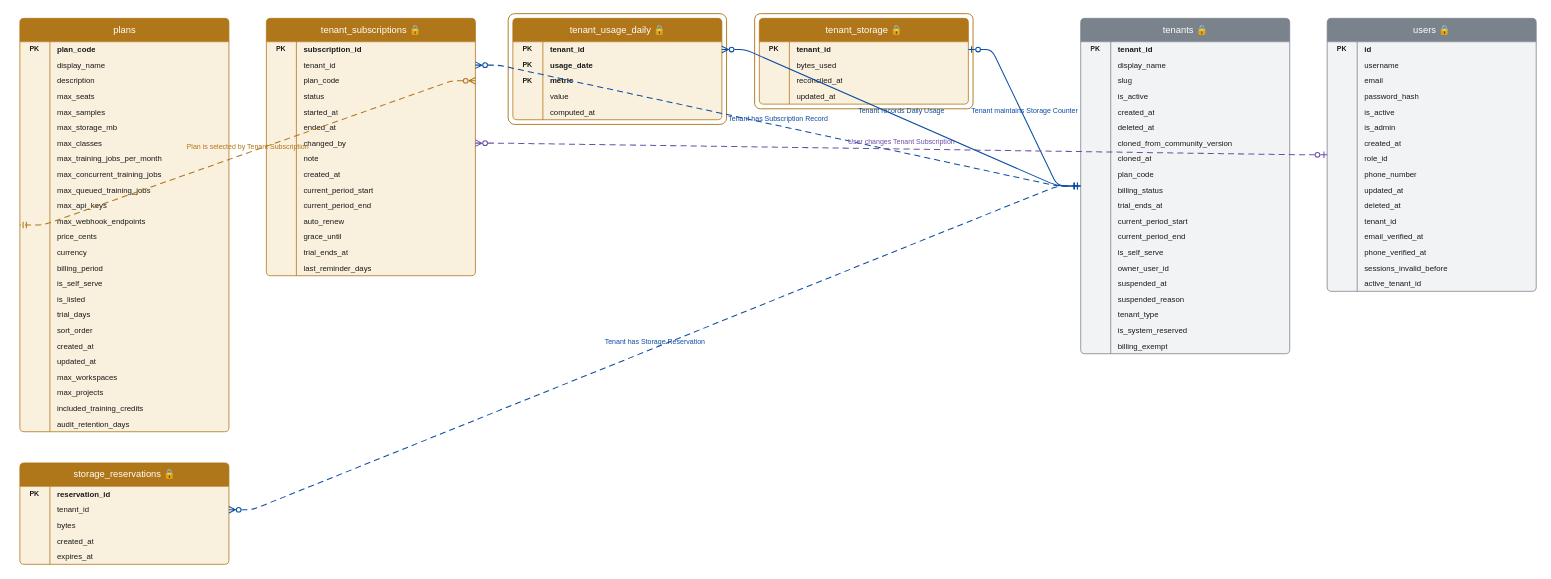
The draw.io diagram docs/02-data/db/erd_groups/PDM_G.drawio in VOYA-SignBridge/VOYA-Collector, before the edit. Source tidied: cells renumbered, new cells numbered last; positions are measured from the earlier drawing's top-left corner, leaving out a move shared by most shapes. Both pictures are drawn from the tidied source at 78%, with x=0, y=0 at pixel (20, 13).
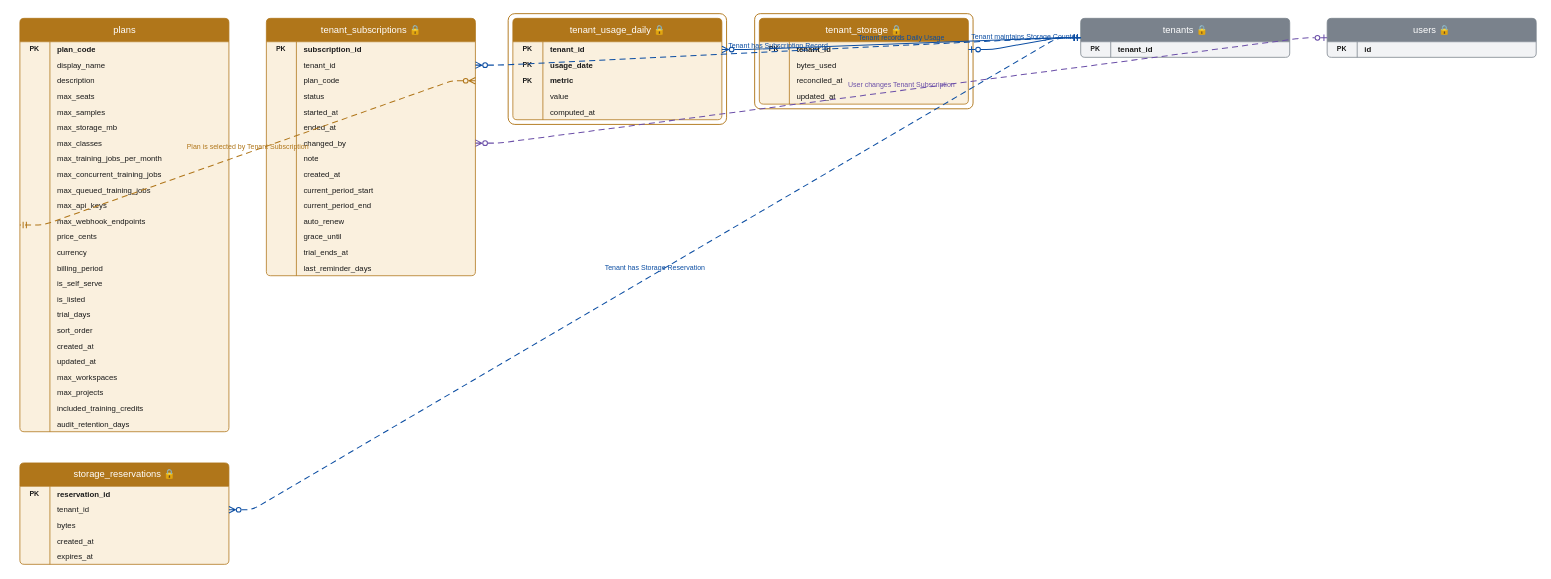
After the change.

What changed in the source:
```diff
@@
     <mxCell id="122" value="tenants 🔒" style="swimlane;fontStyle=0;horizontal=1;align=center;verticalAlign=middle;startSize=30;html=1;swimlaneFillColor=#F2F3F5;strokeColor=#7A828C;fillColor=#7A828C;fontColor=#FFFFFF;fontSize=12;rounded=1;arcSize=6;" parent="1" vertex="1">
-      <mxGeometry x="1360" y="6" width="268" height="430" as="geometry" />
+      <mxGeometry x="1360" y="6" width="268" height="50" as="geometry" />
     </mxCell>
     <mxCell id="123" style="line;direction=north;strokeColor=#7A828C;strokeWidth=1;html=1;" parent="1" vertex="1">
-      <mxGeometry x="1398" y="36" width="1" height="400" as="geometry" />
+      <mxGeometry x="1398" y="36" width="1" height="20" as="geometry" />
     </mxCell>
@@
-    <mxCell id="126" style="text;strokeColor=none;fillColor=none;align=center;verticalAlign=middle;overflow=hidden;html=1;fontSize=9;fontStyle=1;fontColor=#1A1A1A;" parent="122" vertex="1">
-      <mxGeometry y="50" width="38" height="20" as="geometry" />
-    </mxCell>
-    <mxCell id="127" value="display_name" style="text;strokeColor=none;fillColor=none;align=left;verticalAlign=middle;spacingLeft=8;spacingRight=6;overflow=hidden;whiteSpace=wrap;html=1;fontSize=10;fontColor=#1A1A1A;" parent="122" vertex="1">
-      <mxGeometry x="38" y="50" width="230" height="20" as="geometry" />
-    </mxCell>
-    <mxCell id="128" style="text;strokeColor=none;fillColor=none;align=center;verticalAlign=middle;overflow=hidden;html=1;fontSize=9;fontStyle=1;fontColor=#1A1A1A;" parent="122" vertex="1">
-      <mxGeometry y="70" width="38" height="20" as="geometry" />
-    </mxCell>
-    <mxCell id="129" value="slug" style="text;strokeColor=none;fillColor=none;align=left;verticalAlign=middle;spacingLeft=8;spacingRight=6;overflow=hidden;whiteSpace=wrap;html=1;fontSize=10;fontColor=#1A1A1A;" parent="122" vertex="1">
-      <mxGeometry x="38" y="70" width="230" height="20" as="geometry" />
-    </mxCell>
-    <mxCell id="130" style="text;strokeColor=none;fillColor=none;align=center;verticalAlign=middle;overflow=hidden;html=1;fontSize=9;fontStyle=1;fontColor=#1A1A1A;" parent="122" vertex="1">
-      <mxGeometry y="90" width="38" height="20" as="geometry" />
-    </mxCell>
-    <mxCell id="131" value="is_active" style="text;strokeColor=none;fillColor=none;align=left;verticalAlign=middle;spacingLeft=8;spacingRight=6;overflow=hidden;whiteSpace=wrap;html=1;fontSize=10;fontColor=#1A1A1A;" parent="122" vertex="1">
-      <mxGeometry x="38" y="90" width="230" height="20" as="geometry" />
-    </mxCell>
-    <mxCell id="132" style="text;strokeColor=none;fillColor=none;align=center;verticalAlign=middle;overflow=hidden;html=1;fontSize=9;fontStyle=1;fontColor=#1A1A1A;" parent="122" vertex="1">
-      <mxGeometry y="110" width="38" height="20" as="geometry" />
-    </mxCell>
-    <mxCell id="133" value="created_at" style="text;strokeColor=none;fillColor=none;align=left;verticalAlign=middle;spacingLeft=8;spacingRight=6;overflow=hidden;whiteSpace=wrap;html=1;fontSize=10;fontColor=#1A1A1A;" parent="122" vertex="1">
-      <mxGeometry x="38" y="110" width="230" height="20" as="geometry" />
-    </mxCell>
-    <mxCell id="134" style="text;strokeColor=none;fillColor=none;align=center;verticalAlign=middle;overflow=hidden;html=1;fontSize=9;fontStyle=1;fontColor=#1A1A1A;" parent="122" vertex="1">
-      <mxGeometry y="130" width="38" height="20" as="geometry" />
-    </mxCell>
-    <mxCell id="135" value="deleted_at" style="text;strokeColor=none;fillColor=none;align=left;verticalAlign=middle;spacingLeft=8;spacingRight=6;overflow=hidden;whiteSpace=wrap;html=1;fontSize=10;fontColor=#1A1A1A;" parent="122" vertex="1">
-      <mxGeometry x="38" y="130" width="230" height="20" as="geometry" />
-    </mxCell>
-    <mxCell id="136" style="text;strokeColor=none;fillColor=none;align=center;verticalAlign=middle;overflow=hidden;html=1;fontSize=9;fontStyle=1;fontColor=#1A1A1A;" parent="122" vertex="1">
-      <mxGeometry y="150" width="38" height="20" as="geometry" />
-    </mxCell>
-    <mxCell id="137" value="cloned_from_community_version" style="text;strokeColor=none;fillColor=none;align=left;verticalAlign=middle;spacingLeft=8;spacingRight=6;overflow=hidden;whiteSpace=wrap;html=1;fontSize=10;fontColor=#1A1A1A;" parent="122" vertex="1">
-      <mxGeometry x="38" y="150" width="230" height="20" as="geometry" />
-    </mxCell>
-    <mxCell id="138" style="text;strokeColor=none;fillColor=none;align=center;verticalAlign=middle;overflow=hidden;html=1;fontSize=9;fontStyle=1;fontColor=#1A1A1A;" parent="122" vertex="1">
-      <mxGeometry y="170" width="38" height="20" as="geometry" />
-    </mxCell>
-    <mxCell id="139" value="cloned_at" style="text;strokeColor=none;fillColor=none;align=left;verticalAlign=middle;spacingLeft=8;spacingRight=6;overflow=hidden;whiteSpace=wrap;html=1;fontSize=10;fontColor=#1A1A1A;" parent="122" vertex="1">
-      <mxGeometry x="38" y="170" width="230" height="20" as="geometry" />
-    </mxCell>
-    <mxCell id="140" style="text;strokeColor=none;fillColor=none;align=center;verticalAlign=middle;overflow=hidden;html=1;fontSize=9;fontStyle=1;fontColor=#1A1A1A;" parent="122" vertex="1">
-      <mxGeometry y="190" width="38" height="20" as="geometry" />
-    </mxCell>
-    <mxCell id="141" value="plan_code" style="text;strokeColor=none;fillColor=none;align=left;verticalAlign=middle;spacingLeft=8;spacingRight=6;overflow=hidden;whiteSpace=wrap;html=1;fontSize=10;fontColor=#1A1A1A;" parent="122" vertex="1">
-      <mxGeometry x="38" y="190" width="230" height="20" as="geometry" />
-    </mxCell>
-    <mxCell id="142" style="text;strokeColor=none;fillColor=none;align=center;verticalAlign=middle;overflow=hidden;html=1;fontSize=9;fontStyle=1;fontColor=#1A1A1A;" parent="122" vertex="1">
-      <mxGeometry y="210" width="38" height="20" as="geometry" />
-    </mxCell>
-    <mxCell id="143" value="billing_status" style="text;strokeColor=none;fillColor=none;align=left;verticalAlign=middle;spacingLeft=8;spacingRight=6;overflow=hidden;whiteSpace=wrap;html=1;fontSize=10;fontColor=#1A1A1A;" parent="122" vertex="1">
-      <mxGeometry x="38" y="210" width="230" height="20" as="geometry" />
-    </mxCell>
-    <mxCell id="144" style="text;strokeColor=none;fillColor=none;align=center;verticalAlign=middle;overflow=hidden;html=1;fontSize=9;fontStyle=1;fontColor=#1A1A1A;" parent="122" vertex="1">
-      <mxGeometry y="230" width="38" height="20" as="geometry" />
-    </mxCell>
-    <mxCell id="145" value="trial_ends_at" style="text;strokeColor=none;fillColor=none;align=left;verticalAlign=middle;spacingLeft=8;spacingRight=6;overflow=hidden;whiteSpace=wrap;html=1;fontSize=10;fontColor=#1A1A1A;" parent="122" vertex="1">
-      <mxGeometry x="38" y="230" width="230" height="20" as="geometry" />
-    </mxCell>
-    <mxCell id="146" style="text;strokeColor=none;fillColor=none;align=center;verticalAlign=middle;overflow=hidden;html=1;fontSize=9;fontStyle=1;fontColor=#1A1A1A;" parent="122" vertex="1">
-      <mxGeometry y="250" width="38" height="20" as="geometry" />
-    </mxCell>
-    <mxCell id="147" value="current_period_start" style="text;strokeColor=none;fillColor=none;align=left;verticalAlign=middle;spacingLeft=8;spacingRight=6;overflow=hidden;whiteSpace=wrap;html=1;fontSize=10;fontColor=#1A1A1A;" parent="122" vertex="1">
-      <mxGeometry x="38" y="250" width="230" height="20" as="geometry" />
-    </mxCell>
-    <mxCell id="148" style="text;strokeColor=none;fillColor=none;align=center;verticalAlign=middle;overflow=hidden;html=1;fontSize=9;fontStyle=1;fontColor=#1A1A1A;" parent="122" vertex="1">
-      <mxGeometry y="270" width="38" height="20" as="geometry" />
-    </mxCell>
-    <mxCell id="149" value="current_period_end" style="text;strokeColor=none;fillColor=none;align=left;verticalAlign=middle;spacingLeft=8;spacingRight=6;overflow=hidden;whiteSpace=wrap;html=1;fontSize=10;fontColor=#1A1A1A;" parent="122" vertex="1">
-      <mxGeometry x="38" y="270" width="230" height="20" as="geometry" />
-    </mxCell>
-    <mxCell id="150" style="text;strokeColor=none;fillColor=none;align=center;verticalAlign=middle;overflow=hidden;html=1;fontSize=9;fontStyle=1;fontColor=#1A1A1A;" parent="122" vertex="1">
-      <mxGeometry y="290" width="38" height="20" as="geometry" />
-    </mxCell>
-    <mxCell id="151" value="is_self_serve" style="text;strokeColor=none;fillColor=none;align=left;verticalAlign=middle;spacingLeft=8;spacingRight=6;overflow=hidden;whiteSpace=wrap;html=1;fontSize=10;fontColor=#1A1A1A;" parent="122" vertex="1">
-      <mxGeometry x="38" y="290" width="230" height="20" as="geometry" />
-    </mxCell>
-    <mxCell id="152" style="text;strokeColor=none;fillColor=none;align=center;verticalAlign=middle;overflow=hidden;html=1;fontSize=9;fontStyle=1;fontColor=#1A1A1A;" parent="122" vertex="1">
-      <mxGeometry y="310" width="38" height="20" as="geometry" />
-    </mxCell>
-    <mxCell id="153" value="owner_user_id" style="text;strokeColor=none;fillColor=none;align=left;verticalAlign=middle;spacingLeft=8;spacingRight=6;overflow=hidden;whiteSpace=wrap;html=1;fontSize=10;fontColor=#1A1A1A;" parent="122" vertex="1">
-      <mxGeometry x="38" y="310" width="230" height="20" as="geometry" />
-    </mxCell>
-    <mxCell id="154" style="text;strokeColor=none;fillColor=none;align=center;verticalAlign=middle;overflow=hidden;html=1;fontSize=9;fontStyle=1;fontColor=#1A1A1A;" parent="122" vertex="1">
-      <mxGeometry y="330" width="38" height="20" as="geometry" />
-    </mxCell>
-    <mxCell id="155" value="suspended_at" style="text;strokeColor=none;fillColor=none;align=left;verticalAlign=middle;spacingLeft=8;spacingRight=6;overflow=hidden;whiteSpace=wrap;html=1;fontSize=10;fontColor=#1A1A1A;" parent="122" vertex="1">
-      <mxGeometry x="38" y="330" width="230" height="20" as="geometry" />
-    </mxCell>
-    <mxCell id="156" style="text;strokeColor=none;fillColor=none;align=center;verticalAlign=middle;overflow=hidden;html=1;fontSize=9;fontStyle=1;fontColor=#1A1A1A;" parent="122" vertex="1">
-      <mxGeometry y="350" width="38" height="20" as="geometry" />
-    </mxCell>
-    <mxCell id="157" value="suspended_reason" style="text;strokeColor=none;fillColor=none;align=left;verticalAlign=middle;spacingLeft=8;spacingRight=6;overflow=hidden;whiteSpace=wrap;html=1;fontSize=10;fontColor=#1A1A1A;" parent="122" vertex="1">
-      <mxGeometry x="38" y="350" width="230" height="20" as="geometry" />
-    </mxCell>
-    <mxCell id="158" style="text;strokeColor=none;fillColor=none;align=center;verticalAlign=middle;overflow=hidden;html=1;fontSize=9;fontStyle=1;fontColor=#1A1A1A;" parent="122" vertex="1">
-      <mxGeometry y="370" width="38" height="20" as="geometry" />
-    </mxCell>
-    <mxCell id="159" value="tenant_type" style="text;strokeColor=none;fillColor=none;align=left;verticalAlign=middle;spacingLeft=8;spacingRight=6;overflow=hidden;whiteSpace=wrap;html=1;fontSize=10;fontColor=#1A1A1A;" parent="122" vertex="1">
-      <mxGeometry x="38" y="370" width="230" height="20" as="geometry" />
-    </mxCell>
-    <mxCell id="160" style="text;strokeColor=none;fillColor=none;align=center;verticalAlign=middle;overflow=hidden;html=1;fontSize=9;fontStyle=1;fontColor=#1A1A1A;" parent="122" vertex="1">
-      <mxGeometry y="390" width="38" height="20" as="geometry" />
-    </mxCell>
-    <mxCell id="161" value="is_system_reserved" style="text;strokeColor=none;fillColor=none;align=left;verticalAlign=middle;spacingLeft=8;spacingRight=6;overflow=hidden;whiteSpace=wrap;html=1;fontSize=10;fontColor=#1A1A1A;" parent="122" vertex="1">
-      <mxGeometry x="38" y="390" width="230" height="20" as="geometry" />
-    </mxCell>
-    <mxCell id="162" style="text;strokeColor=none;fillColor=none;align=center;verticalAlign=middle;overflow=hidden;html=1;fontSize=9;fontStyle=1;fontColor=#1A1A1A;" parent="122" vertex="1">
-      <mxGeometry y="410" width="38" height="20" as="geometry" />
-    </mxCell>
-    <mxCell id="163" value="billing_exempt" style="text;strokeColor=none;fillColor=none;align=left;verticalAlign=middle;spacingLeft=8;spacingRight=6;overflow=hidden;whiteSpace=wrap;html=1;fontSize=10;fontColor=#1A1A1A;" parent="122" vertex="1">
-      <mxGeometry x="38" y="410" width="230" height="20" as="geometry" />
-    </mxCell>
     <mxCell id="164" value="users 🔒" style="swimlane;fontStyle=0;horizontal=1;align=center;verticalAlign=middle;startSize=30;html=1;swimlaneFillColor=#F2F3F5;strokeColor=#7A828C;fillColor=#7A828C;fontColor=#FFFFFF;fontSize=12;rounded=1;arcSize=6;" parent="1" vertex="1">
-      <mxGeometry x="1676" y="6" width="268" height="350" as="geometry" />
+      <mxGeometry x="1676" y="6" width="268" height="50" as="geometry" />
     </mxCell>
     <mxCell id="165" style="line;direction=north;strokeColor=#7A828C;strokeWidth=1;html=1;" parent="1" vertex="1">
-      <mxGeometry x="1714" y="36" width="1" height="320" as="geometry" />
+      <mxGeometry x="1714" y="36" width="1" height="20" as="geometry" />
     </mxCell>
@@
-    <mxCell id="168" style="text;strokeColor=none;fillColor=none;align=center;verticalAlign=middle;overflow=hidden;html=1;fontSize=9;fontStyle=1;fontColor=#1A1A1A;" parent="164" vertex="1">
-      <mxGeometry y="50" width="38" height="20" as="geometry" />
-    </mxCell>
-    <mxCell id="169" value="username" style="text;strokeColor=none;fillColor=none;align=left;verticalAlign=middle;spacingLeft=8;spacingRight=6;overflow=hidden;whiteSpace=wrap;html=1;fontSize=10;fontColor=#1A1A1A;" parent="164" vertex="1">
-      <mxGeometry x="38" y="50" width="230" height="20" as="geometry" />
-    </mxCell>
-    <mxCell id="170" style="text;strokeColor=none;fillColor=none;align=center;verticalAlign=middle;overflow=hidden;html=1;fontSize=9;fontStyle=1;fontColor=#1A1A1A;" parent="164" vertex="1">
-      <mxGeometry y="70" width="38" height="20" as="geometry" />
-    </mxCell>
-    <mxCell id="171" value="email" style="text;strokeColor=none;fillColor=none;align=left;verticalAlign=middle;spacingLeft=8;spacingRight=6;overflow=hidden;whiteSpace=wrap;html=1;fontSize=10;fontColor=#1A1A1A;" parent="164" vertex="1">
-      <mxGeometry x="38" y="70" width="230" height="20" as="geometry" />
-    </mxCell>
-    <mxCell id="172" style="text;strokeColor=none;fillColor=none;align=center;verticalAlign=middle;overflow=hidden;html=1;fontSize=9;fontStyle=1;fontColor=#1A1A1A;" parent="164" vertex="1">
-      <mxGeometry y="90" width="38" height="20" as="geometry" />
-    </mxCell>
-    <mxCell id="173" value="password_hash" style="text;strokeColor=none;fillColor=none;align=left;verticalAlign=middle;spacingLeft=8;spacingRight=6;overflow=hidden;whiteSpace=wrap;html=1;fontSize=10;fontColor=#1A1A1A;" parent="164" vertex="1">
-      <mxGeometry x="38" y="90" width="230" height="20" as="geometry" />
-    </mxCell>
-    <mxCell id="174" style="text;strokeColor=none;fillColor=none;align=center;verticalAlign=middle;overflow=hidden;html=1;fontSize=9;fontStyle=1;fontColor=#1A1A1A;" parent="164" vertex="1">
-      <mxGeometry y="110" width="38" height="20" as="geometry" />
-    </mxCell>
-    <mxCell id="175" value="is_active" style="text;strokeColor=none;fillColor=none;align=left;verticalAlign=middle;spacingLeft=8;spacingRight=6;overflow=hidden;whiteSpace=wrap;html=1;fontSize=10;fontColor=#1A1A1A;" parent="164" vertex="1">
-      <mxGeometry x="38" y="110" width="230" height="20" as="geometry" />
-    </mxCell>
-    <mxCell id="176" style="text;strokeColor=none;fillColor=none;align=center;verticalAlign=middle;overflow=hidden;html=1;fontSize=9;fontStyle=1;fontColor=#1A1A1A;" parent="164" vertex="1">
-      <mxGeometry y="130" width="38" height="20" as="geometry" />
-    </mxCell>
-    <mxCell id="177" value="is_admin" style="text;strokeColor=none;fillColor=none;align=left;verticalAlign=middle;spacingLeft=8;spacingRight=6;overflow=hidden;whiteSpace=wrap;html=1;fontSize=10;fontColor=#1A1A1A;" parent="164" vertex="1">
-      <mxGeometry x="38" y="130" width="230" height="20" as="geometry" />
-    </mxCell>
-    <mxCell id="178" style="text;strokeColor=none;fillColor=none;align=center;verticalAlign=middle;overflow=hidden;html=1;fontSize=9;fontStyle=1;fontColor=#1A1A1A;" parent="164" vertex="1">
-      <mxGeometry y="150" width="38" height="20" as="geometry" />
-    </mxCell>
-    <mxCell id="179" value="created_at" style="text;strokeColor=none;fillColor=none;align=left;verticalAlign=middle;spacingLeft=8;spacingRight=6;overflow=hidden;whiteSpace=wrap;html=1;fontSize=10;fontColor=#1A1A1A;" parent="164" vertex="1">
-      <mxGeometry x="38" y="150" width="230" height="20" as="geometry" />
-    </mxCell>
-    <mxCell id="180" style="text;strokeColor=none;fillColor=none;align=center;verticalAlign=middle;overflow=hidden;html=1;fontSize=9;fontStyle=1;fontColor=#1A1A1A;" parent="164" vertex="1">
-      <mxGeometry y="170" width="38" height="20" as="geometry" />
-    </mxCell>
-    <mxCell id="181" value="role_id" style="text;strokeColor=none;fillColor=none;align=left;verticalAlign=middle;spacingLeft=8;spacingRight=6;overflow=hidden;whiteSpace=wrap;html=1;fontSize=10;fontColor=#1A1A1A;" parent="164" vertex="1">
-      <mxGeometry x="38" y="170" width="230" height="20" as="geometry" />
-    </mxCell>
-    <mxCell id="182" style="text;strokeColor=none;fillColor=none;align=center;verticalAlign=middle;overflow=hidden;html=1;fontSize=9;fontStyle=1;fontColor=#1A1A1A;" parent="164" vertex="1">
-      <mxGeometry y="190" width="38" height="20" as="geometry" />
-    </mxCell>
-    <mxCell id="183" value="phone_number" style="text;strokeColor=none;fillColor=none;align=left;verticalAlign=middle;spacingLeft=8;spacingRight=6;overflow=hidden;whiteSpace=wrap;html=1;fontSize=10;fontColor=#1A1A1A;" parent="164" vertex="1">
-      <mxGeometry x="38" y="190" width="230" height="20" as="geometry" />
-    </mxCell>
-    <mxCell id="184" style="text;strokeColor=none;fillColor=none;align=center;verticalAlign=middle;overflow=hidden;html=1;fontSize=9;fontStyle=1;fontColor=#1A1A1A;" parent="164" vertex="1">
-      <mxGeometry y="210" width="38" height="20" as="geometry" />
-    </mxCell>
-    <mxCell id="185" value="updated_at" style="text;strokeColor=none;fillColor=none;align=left;verticalAlign=middle;spacingLeft=8;spacingRight=6;overflow=hidden;whiteSpace=wrap;html=1;fontSize=10;fontColor=#1A1A1A;" parent="164" vertex="1">
-      <mxGeometry x="38" y="210" width="230" height="20" as="geometry" />
-    </mxCell>
-    <mxCell id="186" style="text;strokeColor=none;fillColor=none;align=center;verticalAlign=middle;overflow=hidden;html=1;fontSize=9;fontStyle=1;fontColor=#1A1A1A;" parent="164" vertex="1">
-      <mxGeometry y="230" width="38" height="20" as="geometry" />
-    </mxCell>
-    <mxCell id="187" value="deleted_at" style="text;strokeColor=none;fillColor=none;align=left;verticalAlign=middle;spacingLeft=8;spacingRight=6;overflow=hidden;whiteSpace=wrap;html=1;fontSize=10;fontColor=#1A1A1A;" parent="164" vertex="1">
-      <mxGeometry x="38" y="230" width="230" height="20" as="geometry" />
-    </mxCell>
-    <mxCell id="188" style="text;strokeColor=none;fillColor=none;align=center;verticalAlign=middle;overflow=hidden;html=1;fontSize=9;fontStyle=1;fontColor=#1A1A1A;" parent="164" vertex="1">
-      <mxGeometry y="250" width="38" height="20" as="geometry" />
-    </mxCell>
-    <mxCell id="189" value="tenant_id" style="text;strokeColor=none;fillColor=none;align=left;verticalAlign=middle;spacingLeft=8;spacingRight=6;overflow=hidden;whiteSpace=wrap;html=1;fontSize=10;fontColor=#1A1A1A;" parent="164" vertex="1">
-      <mxGeometry x="38" y="250" width="230" height="20" as="geometry" />
-    </mxCell>
-    <mxCell id="190" style="text;strokeColor=none;fillColor=none;align=center;verticalAlign=middle;overflow=hidden;html=1;fontSize=9;fontStyle=1;fontColor=#1A1A1A;" parent="164" vertex="1">
-      <mxGeometry y="270" width="38" height="20" as="geometry" />
-    </mxCell>
-    <mxCell id="191" value="email_verified_at" style="text;strokeColor=none;fillColor=none;align=left;verticalAlign=middle;spacingLeft=8;spacingRight=6;overflow=hidden;whiteSpace=wrap;html=1;fontSize=10;fontColor=#1A1A1A;" parent="164" vertex="1">
-      <mxGeometry x="38" y="270" width="230" height="20" as="geometry" />
-    </mxCell>
-    <mxCell id="192" style="text;strokeColor=none;fillColor=none;align=center;verticalAlign=middle;overflow=hidden;html=1;fontSize=9;fontStyle=1;fontColor=#1A1A1A;" parent="164" vertex="1">
-      <mxGeometry y="290" width="38" height="20" as="geometry" />
-    </mxCell>
-    <mxCell id="193" value="phone_verified_at" style="text;strokeColor=none;fillColor=none;align=left;verticalAlign=middle;spacingLeft=8;spacingRight=6;overflow=hidden;whiteSpace=wrap;html=1;fontSize=10;fontColor=#1A1A1A;" parent="164" vertex="1">
-      <mxGeometry x="38" y="290" width="230" height="20" as="geometry" />
-    </mxCell>
-    <mxCell id="194" style="text;strokeColor=none;fillColor=none;align=center;verticalAlign=middle;overflow=hidden;html=1;fontSize=9;fontStyle=1;fontColor=#1A1A1A;" parent="164" vertex="1">
-      <mxGeometry y="310" width="38" height="20" as="geometry" />
-    </mxCell>
-    <mxCell id="195" value="sessions_invalid_before" style="text;strokeColor=none;fillColor=none;align=left;verticalAlign=middle;spacingLeft=8;spacingRight=6;overflow=hidden;whiteSpace=wrap;html=1;fontSize=10;fontColor=#1A1A1A;" parent="164" vertex="1">
-      <mxGeometry x="38" y="310" width="230" height="20" as="geometry" />
-    </mxCell>
-    <mxCell id="196" style="text;strokeColor=none;fillColor=none;align=center;verticalAlign=middle;overflow=hidden;html=1;fontSize=9;fontStyle=1;fontColor=#1A1A1A;" parent="164" vertex="1">
-      <mxGeometry y="330" width="38" height="20" as="geometry" />
-    </mxCell>
-    <mxCell id="197" value="active_tenant_id" style="text;strokeColor=none;fillColor=none;align=left;verticalAlign=middle;spacingLeft=8;spacingRight=6;overflow=hidden;whiteSpace=wrap;html=1;fontSize=10;fontColor=#1A1A1A;" parent="164" vertex="1">
-      <mxGeometry x="38" y="330" width="230" height="20" as="geometry" />
-    </mxCell>
```
